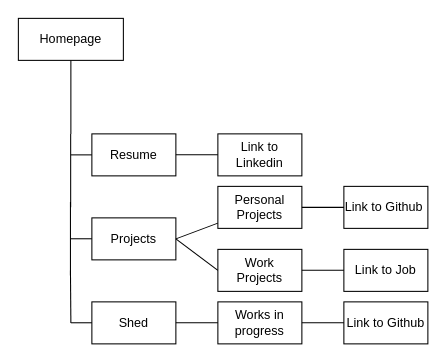
Before: Website Flowchart.drawio in raymond50romero/CSE134b_HW2, a draw.io diagram. Source tidied: cells renumbered, new cells numbered last; positions are measured from the earlier drawing's top-left corner, leaving out a move shared by most shapes. Both pictures are drawn from the tidied source at 105%, with x=0, y=0 at pixel (18, 18).
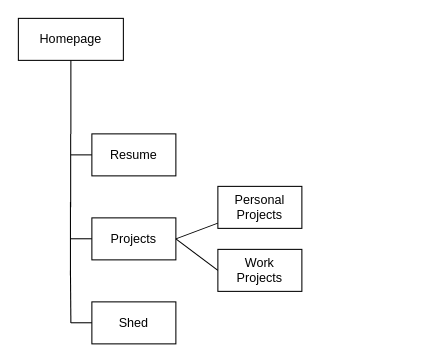
Above is the later version.

Diff of the diagram source:
```diff
@@
-    <mxCell id="17" value="Link to Github&amp;nbsp;" style="rounded=0;whiteSpace=wrap;html=1;" parent="1" vertex="1">
-      <mxGeometry x="310" y="160" width="80" height="40" as="geometry" />
-    </mxCell>
-    <mxCell id="18" style="endArrow=none;html=1;rounded=0;entryX=0;entryY=0.5;entryDx=0;entryDy=0;" parent="1" edge="1" target="17">
-      <mxGeometry relative="1" as="geometry">
-        <mxPoint x="270" y="180" as="sourcePoint" />
-      </mxGeometry>
-    </mxCell>
-    <mxCell id="19" value="Link to Job" style="rounded=0;whiteSpace=wrap;html=1;" parent="1" vertex="1">
-      <mxGeometry x="310" y="220" width="80" height="40" as="geometry" />
-    </mxCell>
-    <mxCell id="20" style="endArrow=none;html=1;rounded=0;entryX=0;entryY=0.5;entryDx=0;entryDy=0;" parent="1" edge="1">
-      <mxGeometry relative="1" as="geometry">
-        <mxPoint x="270" y="239.8" as="sourcePoint" />
-        <mxPoint x="310" y="239.8" as="targetPoint" />
-      </mxGeometry>
-    </mxCell>
-    <mxCell id="21" value="Link to Linkedin" style="rounded=0;whiteSpace=wrap;html=1;" parent="1" vertex="1">
-      <mxGeometry x="190" y="110" width="80" height="40" as="geometry" />
-    </mxCell>
-    <mxCell id="22" style="endArrow=none;html=1;rounded=0;entryX=0;entryY=0.5;entryDx=0;entryDy=0;" parent="1" edge="1">
-      <mxGeometry relative="1" as="geometry">
-        <mxPoint x="150" y="129.8" as="sourcePoint" />
-        <mxPoint x="190" y="129.8" as="targetPoint" />
-      </mxGeometry>
-    </mxCell>
-    <mxCell id="23" value="Works in progress" style="rounded=0;whiteSpace=wrap;html=1;" parent="1" vertex="1">
-      <mxGeometry x="190" y="270" width="80" height="40" as="geometry" />
-    </mxCell>
-    <mxCell id="24" style="endArrow=none;html=1;rounded=0;entryX=0;entryY=0.5;entryDx=0;entryDy=0;" parent="1" edge="1">
-      <mxGeometry relative="1" as="geometry">
-        <mxPoint x="150" y="289.8" as="sourcePoint" />
-        <mxPoint x="190" y="289.8" as="targetPoint" />
-      </mxGeometry>
-    </mxCell>
-    <mxCell id="25" value="Link to Github" style="rounded=0;whiteSpace=wrap;html=1;" parent="1" vertex="1">
-      <mxGeometry x="310" y="270" width="80" height="40" as="geometry" />
-    </mxCell>
-    <mxCell id="26" style="endArrow=none;html=1;rounded=0;entryX=0;entryY=0.5;entryDx=0;entryDy=0;" parent="1" edge="1">
-      <mxGeometry relative="1" as="geometry">
-        <mxPoint x="270" y="289.8" as="sourcePoint" />
-        <mxPoint x="310" y="289.8" as="targetPoint" />
-      </mxGeometry>
-    </mxCell>
```
